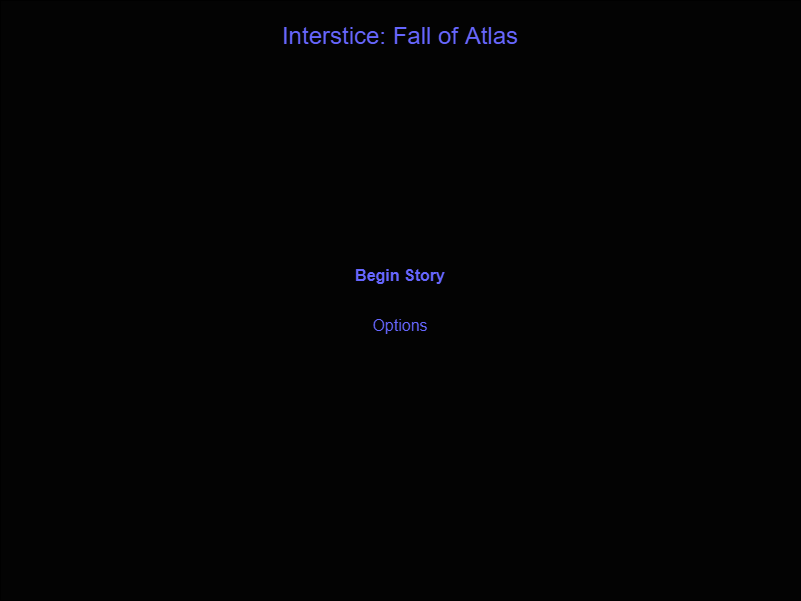
Earlier version of the draw.io export docs/images/main_menu_wireframe.png (gaudeon/interstice_fall_of_atlas). Source tidied: cells renumbered, new cells last; positions are measured from the earlier drawing's top-left corner, leaving out a move shared by most shapes.
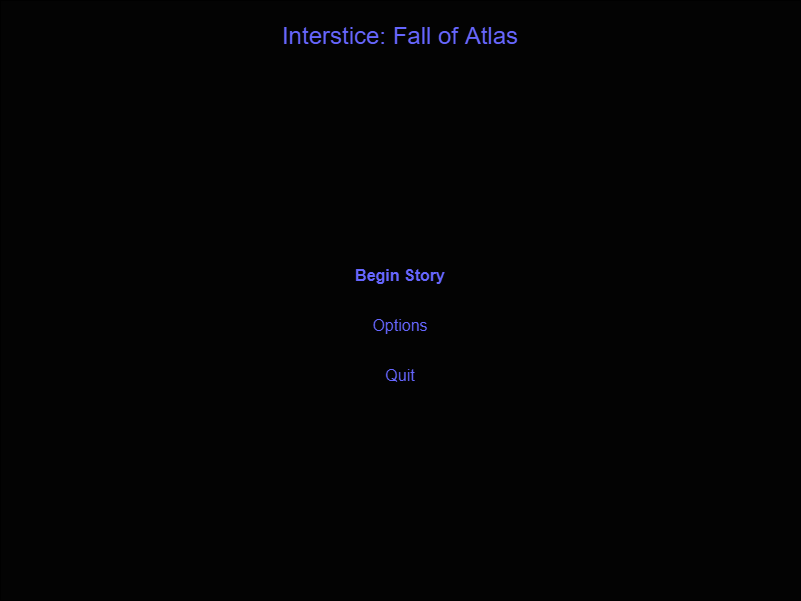
The same diagram one commit later.

Commit message:
updated main menu wireframes to include missing items

Diff of the diagram source:
```diff
@@ -14,5 +14,8 @@
     <mxCell id="5" value="&lt;font color=&quot;#6666ff&quot; style=&quot;font-size: 16px&quot;&gt;Options&lt;/font&gt;" style="text;html=1;align=center;verticalAlign=middle;whiteSpace=wrap;rounded=0;" parent="1" vertex="1">
       <mxGeometry x="5" y="300" width="790" height="50" as="geometry" />
     </mxCell>
+    <mxCell id="6" value="&lt;font color=&quot;#6666ff&quot; style=&quot;font-size: 16px&quot;&gt;Quit&lt;/font&gt;" style="text;html=1;align=center;verticalAlign=middle;whiteSpace=wrap;rounded=0;" parent="1" vertex="1">
+      <mxGeometry x="5" y="350" width="790" height="50" as="geometry" />
+    </mxCell>
   </root>
 </mxGraphModel>
```
